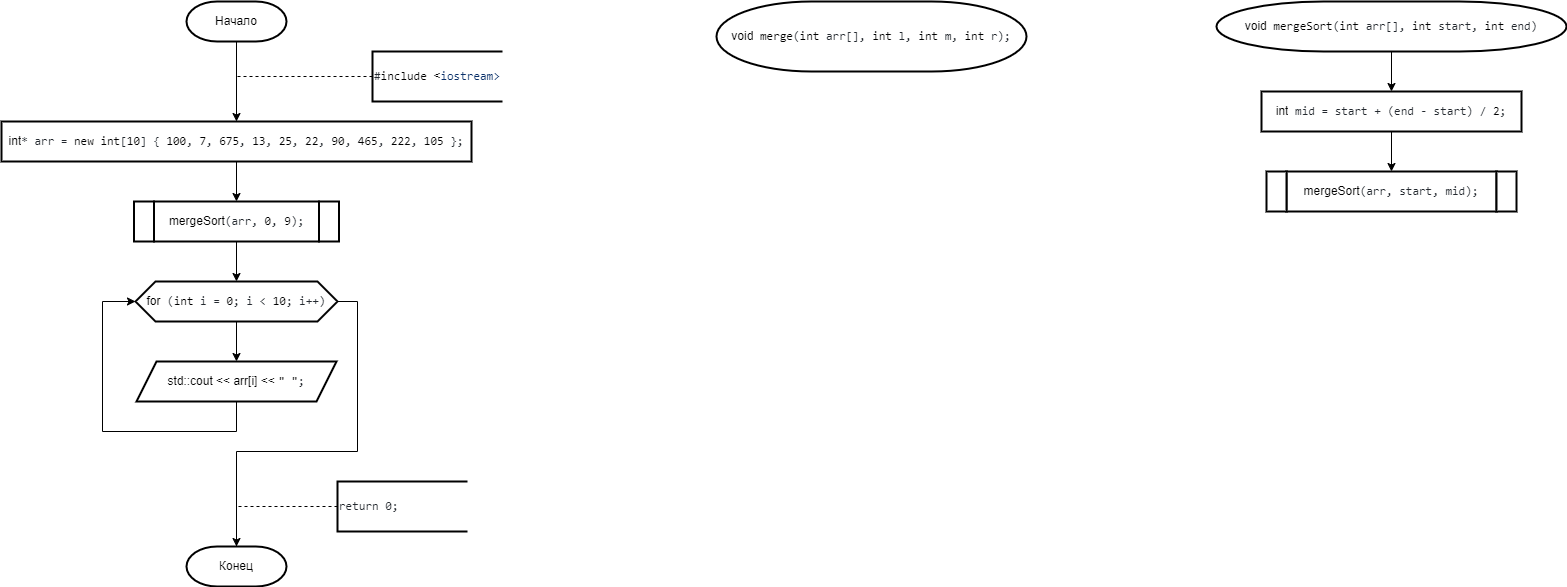
IlyaFedoseev227/LABS-PNRPU-IVT-22-1b keeps this draw.io diagram as 2 Семестр/Labs/№9 Сложные сортировки быстрая (Хоара), слиянием, подсчетом, блочная, Шелла/Слиянием.png. Above is the earlier version. Source tidied: cells renumbered, new cells last; positions are measured from the earlier drawing's top-left corner, leaving out a move shared by most shapes.
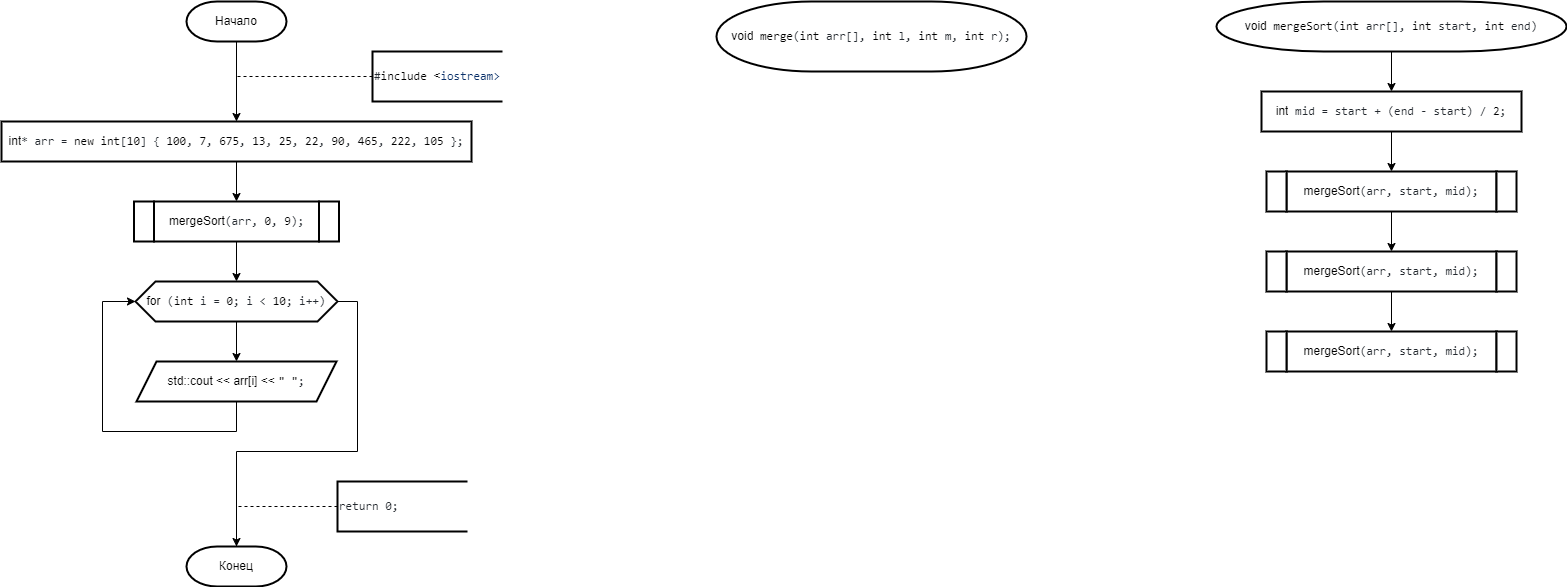
After the change.

What changed in the source:
```diff
@@ -91,6 +91,9 @@
     <mxCell id="24" value="&lt;div style=&quot;text-align: start;&quot;&gt;int&lt;span style=&quot;color: rgb(36, 41, 47); font-family: ui-monospace, SFMono-Regular, &amp;quot;SF Mono&amp;quot;, Menlo, Consolas, &amp;quot;Liberation Mono&amp;quot;, monospace; background-color: rgb(255, 255, 255);&quot;&gt; mid = start + (end - start) / &lt;/span&gt;&lt;span style=&quot;box-sizing: border-box; color: var(--color-prettylights-syntax-constant); font-family: ui-monospace, SFMono-Regular, &amp;quot;SF Mono&amp;quot;, Menlo, Consolas, &amp;quot;Liberation Mono&amp;quot;, monospace; background-color: rgb(255, 255, 255);&quot; class=&quot;pl-c1&quot;&gt;2&lt;/span&gt;&lt;span style=&quot;color: rgb(36, 41, 47); font-family: ui-monospace, SFMono-Regular, &amp;quot;SF Mono&amp;quot;, Menlo, Consolas, &amp;quot;Liberation Mono&amp;quot;, monospace; background-color: rgb(255, 255, 255);&quot;&gt;;&lt;/span&gt;&lt;br&gt;&lt;/div&gt;" style="shape=parallelogram;perimeter=parallelogramPerimeter;whiteSpace=wrap;html=1;fixedSize=1;strokeWidth=2;size=-6;" parent="1" vertex="1">
       <mxGeometry x="1260" y="90" width="260" height="40" as="geometry" />
     </mxCell>
+    <mxCell id="28" style="edgeStyle=orthogonalEdgeStyle;rounded=0;jettySize=auto;html=1;exitX=0.5;exitY=1;exitDx=0;exitDy=0;entryX=0.5;entryY=0;entryDx=0;entryDy=0;" parent="1" edge="1" source="25" target="30">
+      <mxGeometry relative="1" as="geometry" />
+    </mxCell>
     <mxCell id="25" value="&lt;div style=&quot;text-align: start;&quot;&gt;mergeSort&lt;span style=&quot;color: rgb(36, 41, 47); font-family: ui-monospace, SFMono-Regular, &amp;quot;SF Mono&amp;quot;, Menlo, Consolas, &amp;quot;Liberation Mono&amp;quot;, monospace; background-color: rgb(255, 255, 255);&quot;&gt;(arr, start, mid);&lt;/span&gt;&lt;br&gt;&lt;/div&gt;" style="shape=parallelogram;perimeter=parallelogramPerimeter;whiteSpace=wrap;html=1;fixedSize=1;strokeWidth=2;size=-6;" parent="1" vertex="1">
       <mxGeometry x="1285" y="170" width="210" height="40" as="geometry" />
     </mxCell>
@@ -100,5 +103,26 @@
     <mxCell id="27" value="&lt;div style=&quot;text-align: start;&quot;&gt;&lt;br&gt;&lt;/div&gt;" style="shape=parallelogram;perimeter=parallelogramPerimeter;whiteSpace=wrap;html=1;fixedSize=1;strokeWidth=2;size=-6;" parent="1" vertex="1">
       <mxGeometry x="1265" y="170" width="20" height="40" as="geometry" />
     </mxCell>
+    <mxCell id="29" style="edgeStyle=orthogonalEdgeStyle;rounded=0;jettySize=auto;html=1;exitX=0.5;exitY=1;exitDx=0;exitDy=0;entryX=0.5;entryY=0;entryDx=0;entryDy=0;" parent="1" edge="1" source="30" target="33">
+      <mxGeometry relative="1" as="geometry" />
+    </mxCell>
+    <mxCell id="30" value="&lt;div style=&quot;text-align: start;&quot;&gt;mergeSort&lt;span style=&quot;color: rgb(36, 41, 47); font-family: ui-monospace, SFMono-Regular, &amp;quot;SF Mono&amp;quot;, Menlo, Consolas, &amp;quot;Liberation Mono&amp;quot;, monospace; background-color: rgb(255, 255, 255);&quot;&gt;(arr, start, mid);&lt;/span&gt;&lt;br&gt;&lt;/div&gt;" style="shape=parallelogram;perimeter=parallelogramPerimeter;whiteSpace=wrap;html=1;fixedSize=1;strokeWidth=2;size=-6;" parent="1" vertex="1">
+      <mxGeometry x="1285" y="250" width="210" height="40" as="geometry" />
+    </mxCell>
+    <mxCell id="31" value="&lt;div style=&quot;text-align: start;&quot;&gt;&lt;br&gt;&lt;/div&gt;" style="shape=parallelogram;perimeter=parallelogramPerimeter;whiteSpace=wrap;html=1;fixedSize=1;strokeWidth=2;size=-6;" parent="1" vertex="1">
+      <mxGeometry x="1495" y="250" width="20" height="40" as="geometry" />
+    </mxCell>
+    <mxCell id="32" value="&lt;div style=&quot;text-align: start;&quot;&gt;&lt;br&gt;&lt;/div&gt;" style="shape=parallelogram;perimeter=parallelogramPerimeter;whiteSpace=wrap;html=1;fixedSize=1;strokeWidth=2;size=-6;" parent="1" vertex="1">
+      <mxGeometry x="1265" y="250" width="20" height="40" as="geometry" />
+    </mxCell>
+    <mxCell id="33" value="&lt;div style=&quot;text-align: start;&quot;&gt;mergeSort&lt;span style=&quot;color: rgb(36, 41, 47); font-family: ui-monospace, SFMono-Regular, &amp;quot;SF Mono&amp;quot;, Menlo, Consolas, &amp;quot;Liberation Mono&amp;quot;, monospace; background-color: rgb(255, 255, 255);&quot;&gt;(arr, start, mid);&lt;/span&gt;&lt;br&gt;&lt;/div&gt;" style="shape=parallelogram;perimeter=parallelogramPerimeter;whiteSpace=wrap;html=1;fixedSize=1;strokeWidth=2;size=-6;" parent="1" vertex="1">
+      <mxGeometry x="1285" y="330" width="210" height="40" as="geometry" />
+    </mxCell>
+    <mxCell id="34" value="&lt;div style=&quot;text-align: start;&quot;&gt;&lt;br&gt;&lt;/div&gt;" style="shape=parallelogram;perimeter=parallelogramPerimeter;whiteSpace=wrap;html=1;fixedSize=1;strokeWidth=2;size=-6;" parent="1" vertex="1">
+      <mxGeometry x="1495" y="330" width="20" height="40" as="geometry" />
+    </mxCell>
+    <mxCell id="35" value="&lt;div style=&quot;text-align: start;&quot;&gt;&lt;br&gt;&lt;/div&gt;" style="shape=parallelogram;perimeter=parallelogramPerimeter;whiteSpace=wrap;html=1;fixedSize=1;strokeWidth=2;size=-6;" parent="1" vertex="1">
+      <mxGeometry x="1265" y="330" width="20" height="40" as="geometry" />
+    </mxCell>
   </root>
 </mxGraphModel>
```
